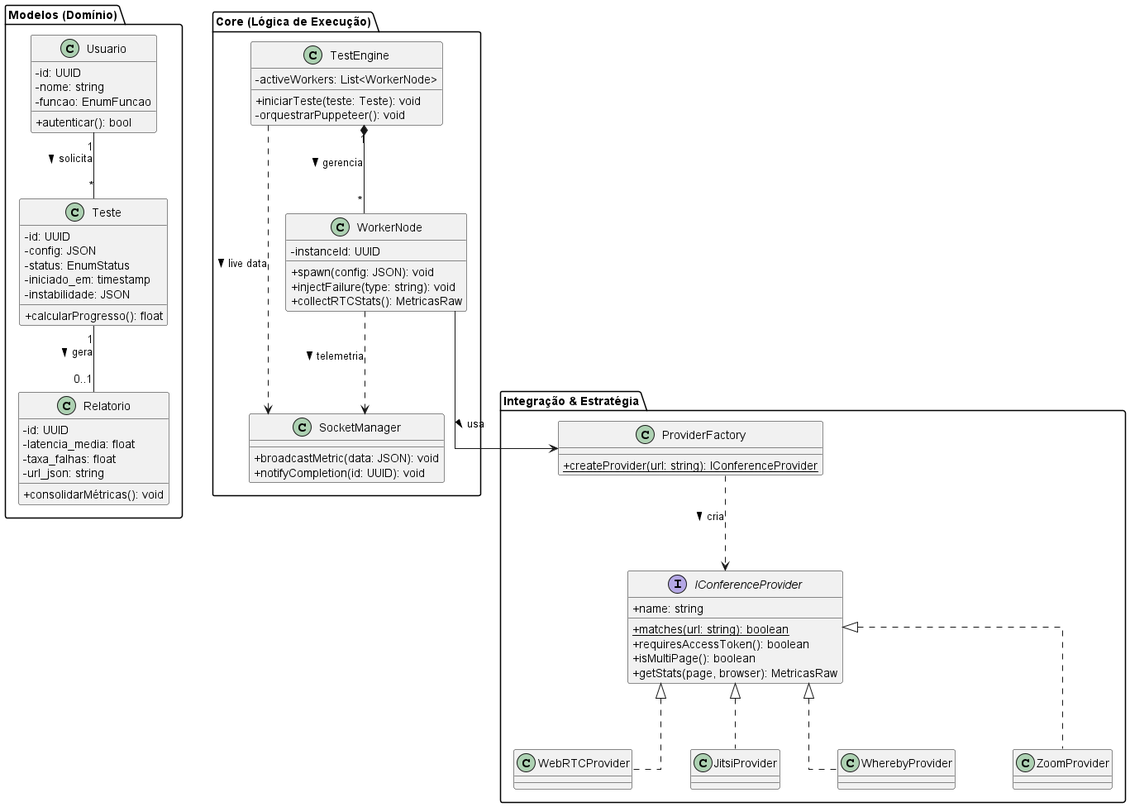
Above: Artefatos/DiagramaDeClasses.png in ICEI-PUC-Minas-PPLES-TI/plf-es-2025-2-tcci-0393100-dev-rafael-parreira (PlantUML), before the change.
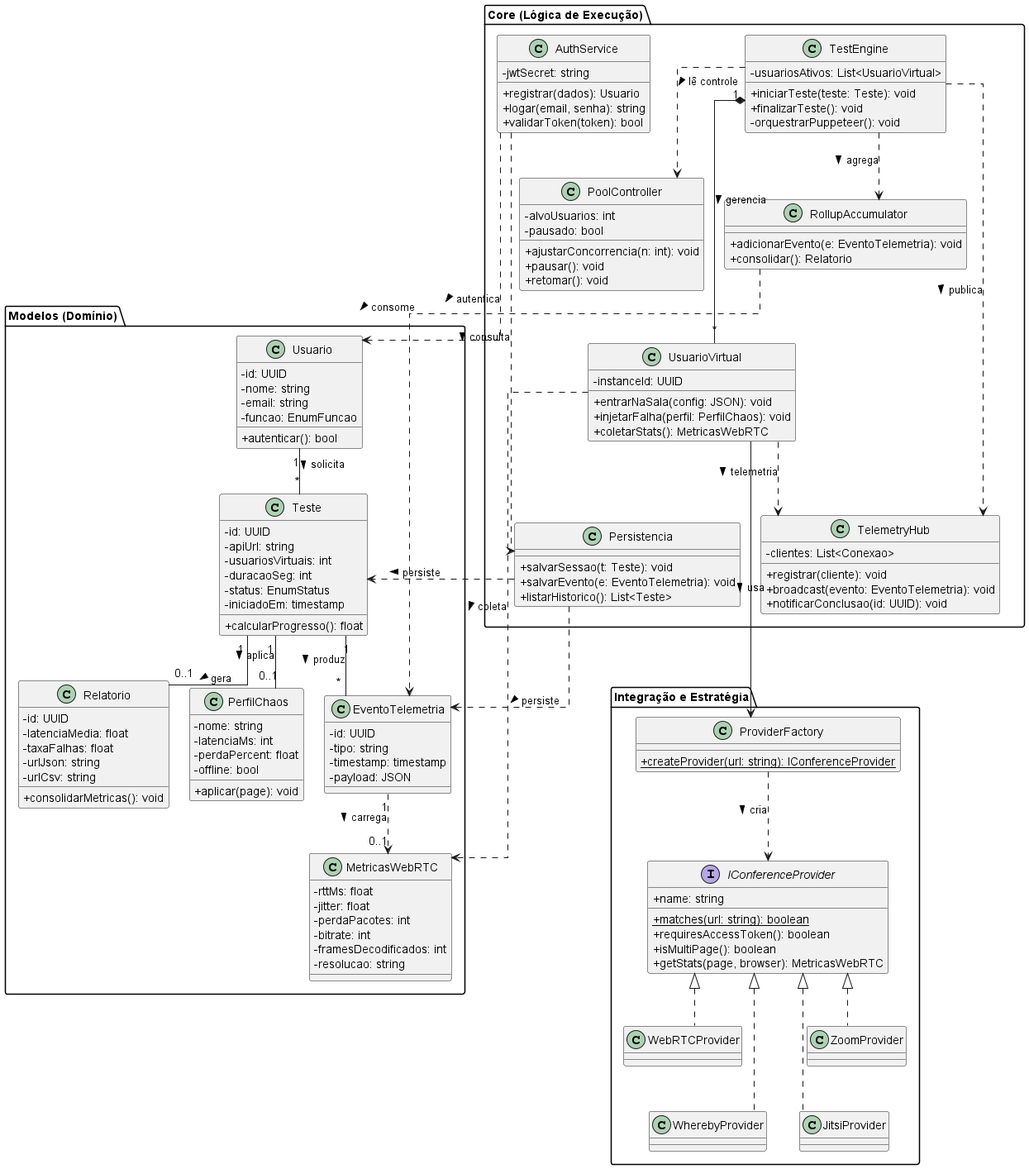
Above is the later version.

Commit message:
docs: expande diagramas de casos de uso (15) e de classes (19) e atualiza Projeto-TCC2

Diff of the diagram source:
```diff
@@ -1,57 +1,113 @@
 @startuml
 skinparam linetype ortho
 skinparam classAttributeIconSize 0
-skinparam nodesep 70
-skinparam ranksep 80
+skinparam nodesep 25
+skinparam ranksep 55
 skinparam shadowing false
 
 package "Modelos (Domínio)" {
     class Usuario {
       - id: UUID
       - nome: string
+      - email: string
       - funcao: EnumFuncao
       + autenticar(): bool
     }
 
     class Teste {
       - id: UUID
-      - config: JSON
+      - apiUrl: string
+      - usuariosVirtuais: int
+      - duracaoSeg: int
       - status: EnumStatus
-      - iniciado_em: timestamp
-      - instabilidade: JSON
+      - iniciadoEm: timestamp
       + calcularProgresso(): float
     }
 
     class Relatorio {
       - id: UUID
-      - latencia_media: float
-      - taxa_falhas: float
-      - url_json: string
-      + consolidarMétricas(): void
+      - latenciaMedia: float
+      - taxaFalhas: float
+      - urlJson: string
+      - urlCsv: string
+      + consolidarMetricas(): void
+    }
+
+    class EventoTelemetria {
+      - id: UUID
+      - tipo: string
+      - timestamp: timestamp
+      - payload: JSON
+    }
+
+    class MetricasWebRTC {
+      - rttMs: float
+      - jitter: float
+      - perdaPacotes: int
+      - bitrate: int
+      - framesDecodificados: int
+      - resolucao: string
+    }
+
+    class PerfilChaos {
+      - nome: string
+      - latenciaMs: int
+      - perdaPercent: float
+      - offline: bool
+      + aplicar(page): void
     }
 }
 
 package "Core (Lógica de Execução)" {
-    class TestEngine {
-        - activeWorkers: List<WorkerNode>
-        + iniciarTeste(teste: Teste): void
-        - orquestrarPuppeteer(): void
+    class AuthService {
+      - jwtSecret: string
+      + registrar(dados): Usuario
+      + logar(email, senha): string
+      + validarToken(token): bool
     }
 
-    class WorkerNode {
-        - instanceId: UUID
-        + spawn(config: JSON): void
-        + injectFailure(type: string): void
-        + collectRTCStats(): MetricasRaw
+    class TestEngine {
+      - usuariosAtivos: List<UsuarioVirtual>
+      + iniciarTeste(teste: Teste): void
+      + finalizarTeste(): void
+      - orquestrarPuppeteer(): void
     }
 
-    class SocketManager {
-        + broadcastMetric(data: JSON): void
-        + notifyCompletion(id: UUID): void
+    class PoolController {
+      - alvoUsuarios: int
+      - pausado: bool
+      + ajustarConcorrencia(n: int): void
+      + pausar(): void
+      + retomar(): void
+    }
+
+    class UsuarioVirtual {
+      - instanceId: UUID
+      + entrarNaSala(config: JSON): void
+      + injetarFalha(perfil: PerfilChaos): void
+      + coletarStats(): MetricasWebRTC
+    }
+
+    class TelemetryHub {
+      - clientes: List<Conexao>
+      + registrar(cliente): void
+      + broadcast(evento: EventoTelemetria): void
+      + notificarConclusao(id: UUID): void
+    }
+
+    class RollupAccumulator {
+      + adicionarEvento(e: EventoTelemetria): void
+      + consolidar(): Relatorio
+    }
+
+    class Persistencia {
+      + salvarSessao(t: Teste): void
+      + salvarEvento(e: EventoTelemetria): void
+      + listarHistorico(): List<Teste>
     }
 }
 
-package "Integração & Estratégia" {
+package "Integração e Estratégia" {
     class ProviderFactory {
         + {static} createProvider(url: string): IConferenceProvider
     }
@@ -61,7 +117,7 @@
         + name: string
         + requiresAccessToken(): boolean
         + isMultiPage(): boolean
-        + getStats(page, browser): MetricasRaw
+        + getStats(page, browser): MetricasWebRTC
     }
 
     class WebRTCProvider implements IConferenceProvider
@@ -72,10 +128,35 @@
 
 Usuario "1" -- "*" Teste : solicita >
 Teste "1" -- "0..1" Relatorio : gera >
+Teste "1" -- "*" EventoTelemetria : produz >
+Teste "1" -- "0..1" PerfilChaos : aplica >
+EventoTelemetria "1" ..> "0..1" MetricasWebRTC : carrega >
 
-TestEngine "1" *-- "*" WorkerNode : gerencia >
-WorkerNode --> ProviderFactory : usa >
+AuthService ..> Usuario : autentica >
+AuthService ..> Persistencia : consulta >
+Persistencia ..> Teste : persiste >
+Persistencia ..> EventoTelemetria : persiste >
+
+TestEngine "1" *-- "*" UsuarioVirtual : gerencia >
+TestEngine ..> PoolController : lê controle >
+TestEngine ..> TelemetryHub : publica >
+TestEngine ..> RollupAccumulator : agrega >
+RollupAccumulator ..> EventoTelemetria : consome >
+UsuarioVirtual ..> TelemetryHub : telemetria >
+UsuarioVirtual ..> MetricasWebRTC : coleta >
+
+UsuarioVirtual --> ProviderFactory : usa >
 ProviderFactory ..> IConferenceProvider : cria >
-TestEngine ..> SocketManager : live data >
-WorkerNode ..> SocketManager : telemetria >
+
+PerfilChaos -[hidden]down- AuthService
+Persistencia -[hidden]down- ProviderFactory
+
+AuthService -[hidden]down- PoolController
+PoolController -[hidden]down- UsuarioVirtual
+UsuarioVirtual -[hidden]down- Persistencia
+TestEngine -[hidden]down- RollupAccumulator
+RollupAccumulator -[hidden]down- TelemetryHub
+
+ZoomProvider -[hidden]down- JitsiProvider
+WebRTCProvider -[hidden]down- WherebyProvider
 @enduml
```
